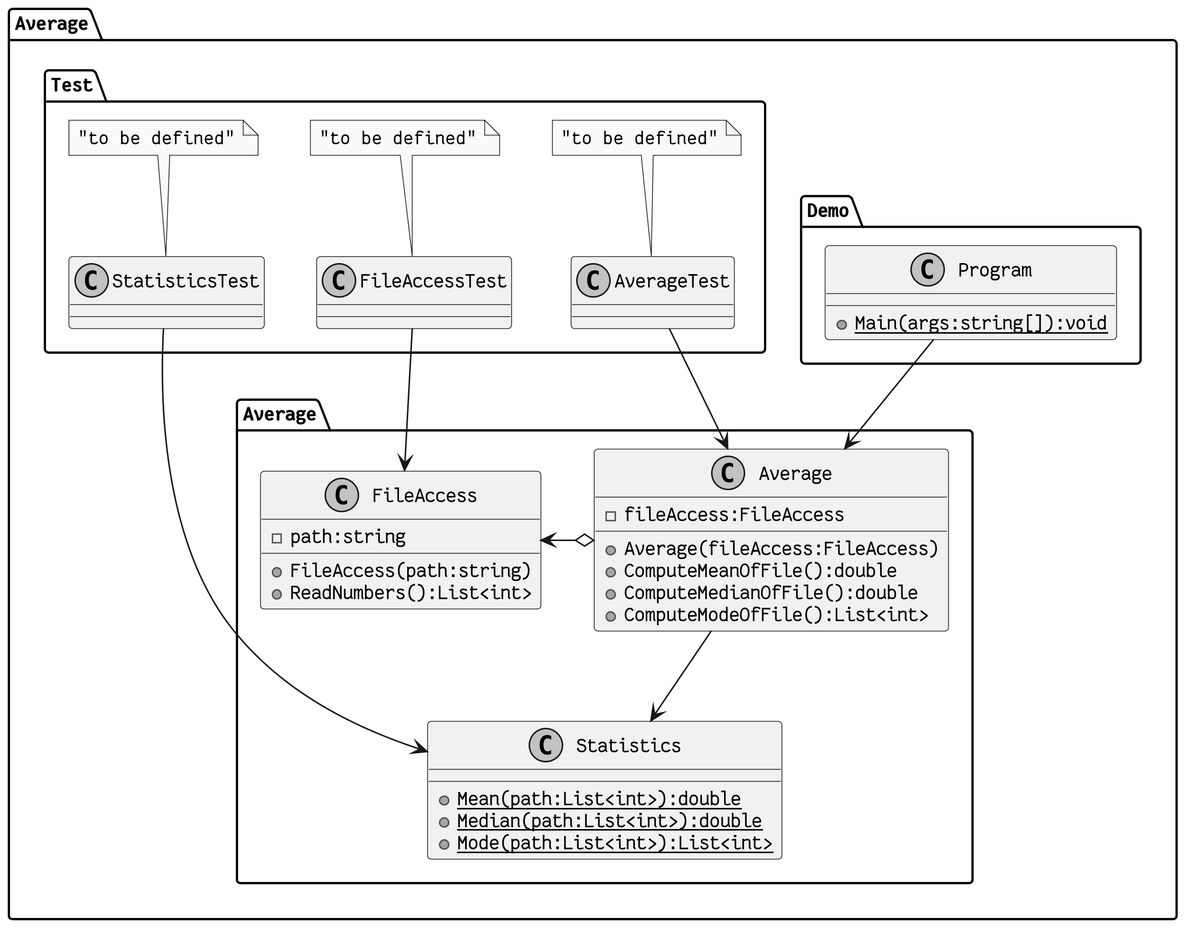
This is pics/average.png from jzelAdmin2006/M450-averageTestDoubles, a PlantUML export, as it was before one commit.
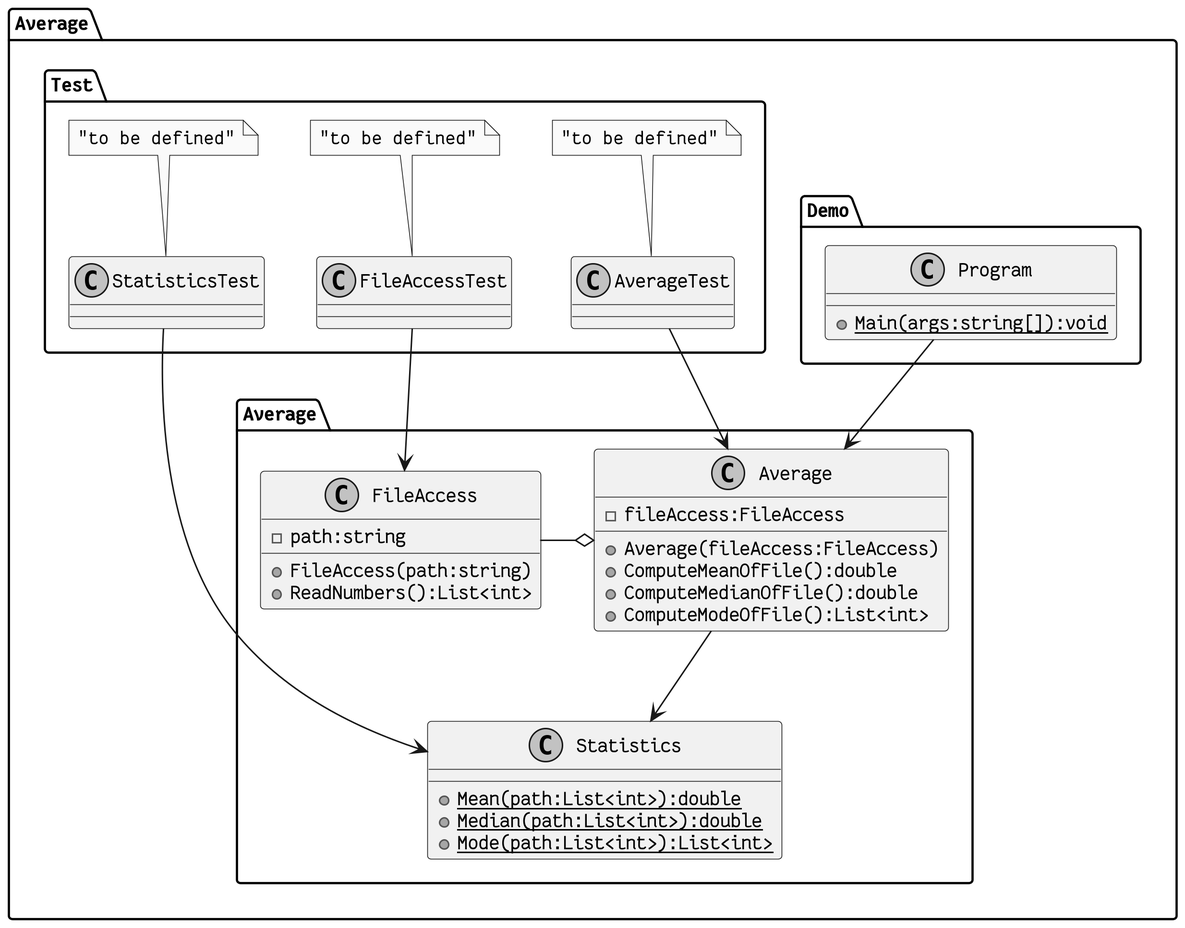
After the change.

Commit message:
aggregation without arrow

The edit, as a diff of the source:
```diff
@@ -25,7 +25,7 @@
         {static}{method} +Mode(path:List<int>):List<int>
     }
 
-    Average o-> FileAccess
+    Average o- FileAccess
     Average --> Statistics
 }
 
```
